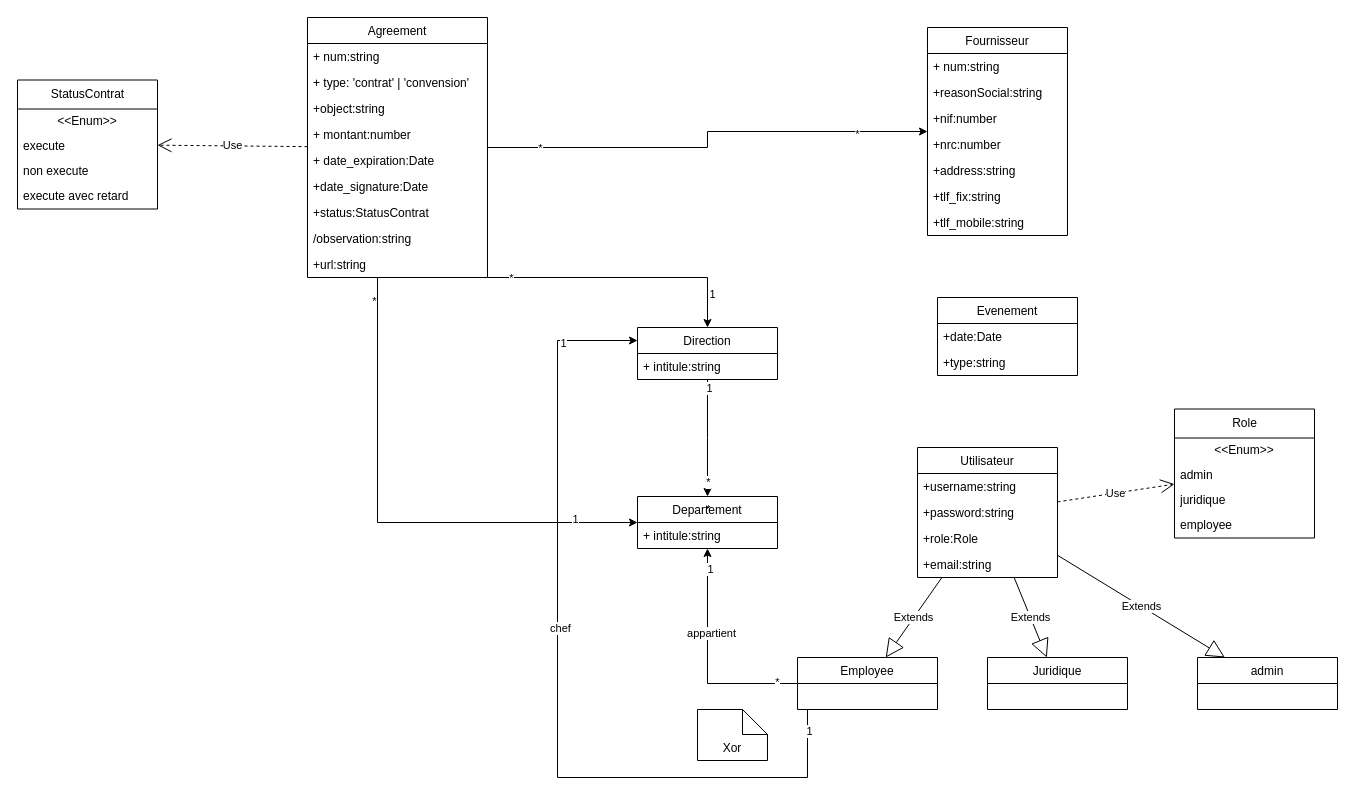
The draw.io diagram diagrams.drawio in stormsidali2001/contracts-management, before the edit. Source tidied: cells renumbered, new cells numbered last; positions are measured from the earlier drawing's top-left corner, leaving out a move shared by most shapes. Both pictures are drawn from the tidied source at 100%, with x=0, y=0 at pixel (17, 17).
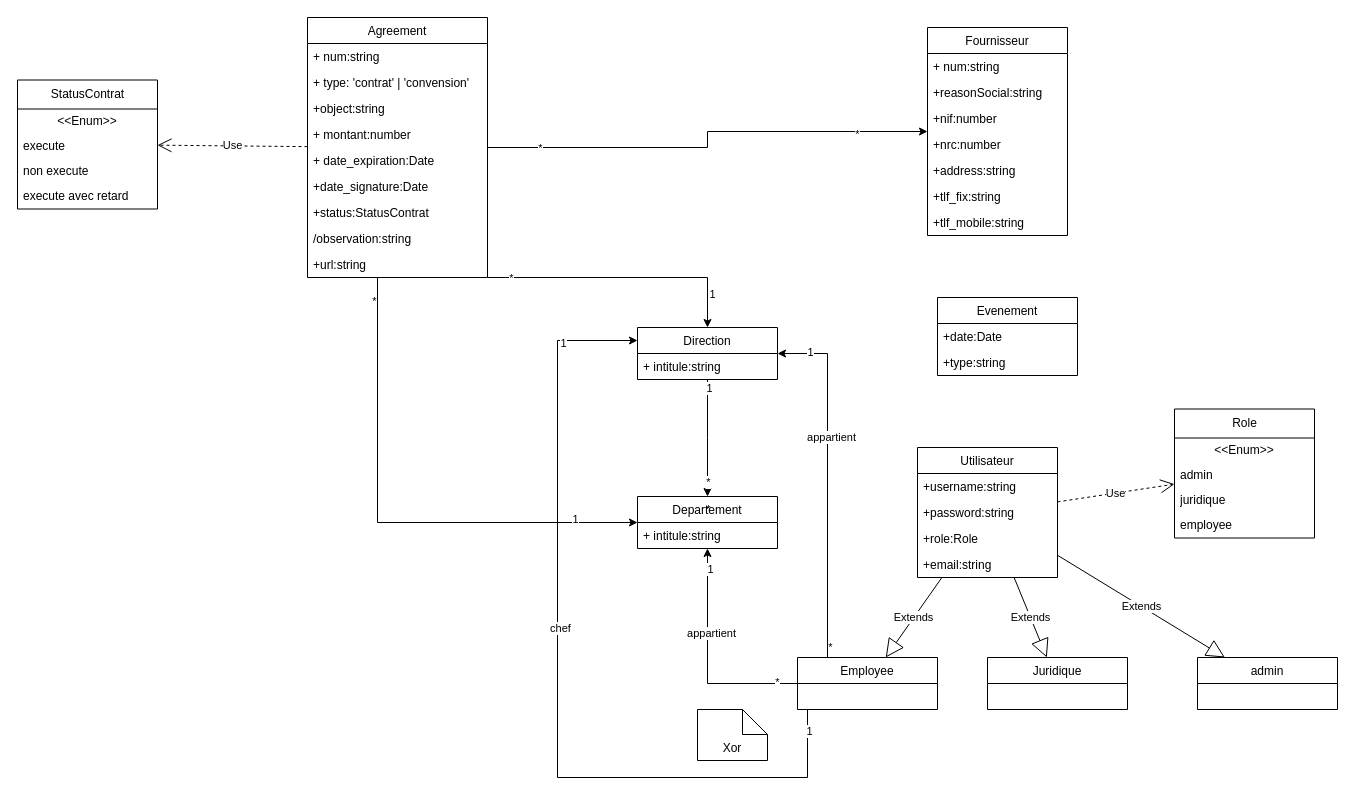
The same diagram, later.

Unchanged cells that the change refers to:
```xml
<mxCell id="30" value="Direction" style="swimlane;fontStyle=0;horizontal=1;startSize=26;fillColor=none;" parent="1" vertex="1">
  <mxGeometry x="620" y="310" width="140" height="52" as="geometry" />
</mxCell>
<mxCell id="63" value="Employee" style="swimlane;fontStyle=0;horizontal=1;startSize=26;fillColor=none;" parent="1" vertex="1">
  <mxGeometry x="780" y="640" width="140" height="52" as="geometry" />
</mxCell>
```

What changed in the source:
```diff
@@
+    <mxCell id="72" style="edgeStyle=orthogonalEdgeStyle;rounded=0;jettySize=auto;html=1;" parent="1" edge="1" source="63" target="30">
+      <mxGeometry relative="1" as="geometry">
+        <Array as="points">
+          <mxPoint x="810" y="336" />
+        </Array>
+      </mxGeometry>
+    </mxCell>
+    <mxCell id="73" value="*" style="edgeLabel;html=1;align=center;verticalAlign=middle;" parent="72" vertex="1">
+      <mxGeometry x="-0.81" y="-2" relative="1" as="geometry">
+        <mxPoint y="23" as="offset" />
+      </mxGeometry>
+    </mxCell>
+    <mxCell id="74" value="1" style="edgeLabel;html=1;align=center;verticalAlign=middle;" parent="72" vertex="1">
+      <mxGeometry x="0.82" y="-2" relative="1" as="geometry" />
+    </mxCell>
+    <mxCell id="75" value="appartient" style="edgeLabel;html=1;align=center;verticalAlign=middle;" parent="72" vertex="1">
+      <mxGeometry x="0.25" y="-3" relative="1" as="geometry" />
+    </mxCell>
```
